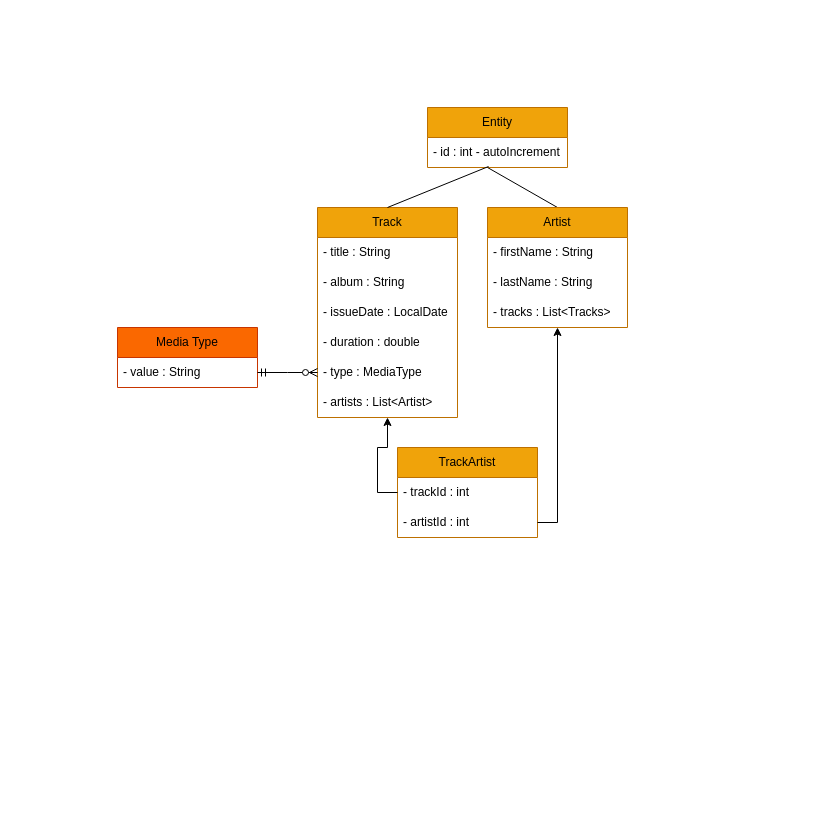
Before: Diagram.dio in H033S/spring-boot-expeditors-training-capstone-1, a draw.io diagram. Source tidied: cells renumbered, new cells numbered last; positions are measured from the earlier drawing's top-left corner, leaving out a move shared by most shapes. Both pictures are drawn from the tidied source at 100%, with x=0, y=0 at pixel (117, 107).
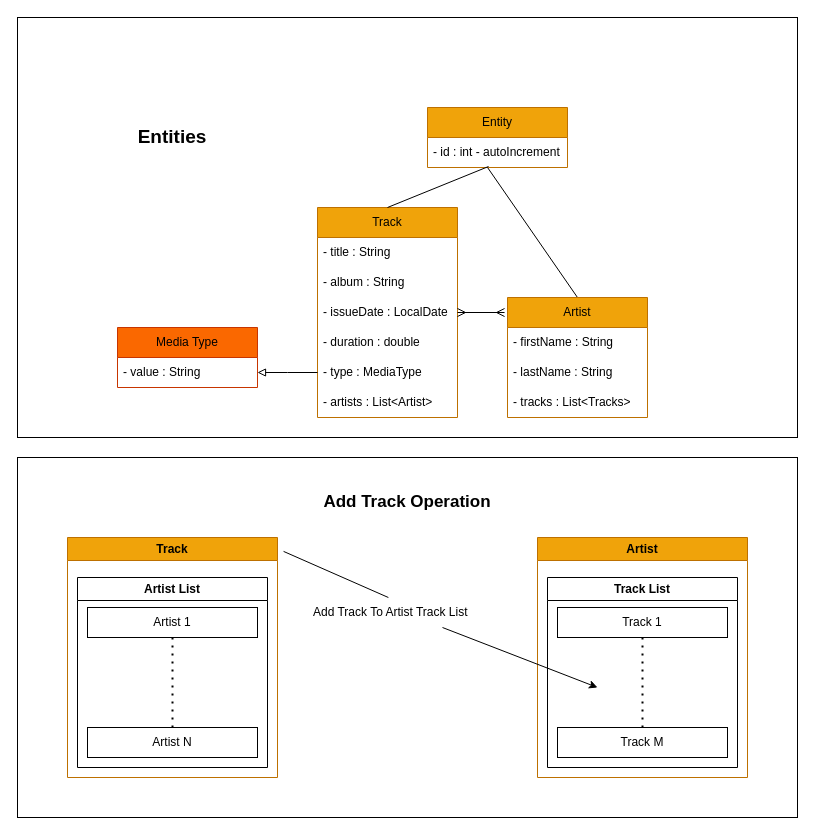
Above is the later version.

Unchanged cells that the change refers to:
```xml
<mxCell id="2" value="Track" style="swimlane;fontStyle=0;horizontal=1;startSize=30;whiteSpace=wrap;html=1;fillColor=#f0a30a;fontColor=#000000;strokeColor=#BD7000;" parent="1" vertex="1">
  <mxGeometry x="200" y="100" width="140" height="210" as="geometry" />
</mxCell>
<mxCell id="7" value="- type : MediaType" style="text;strokeColor=none;fillColor=none;align=left;verticalAlign=middle;spacingLeft=4;spacingRight=4;overflow=hidden;points=[[0,0.5],[1,0.5]];portConstraint=eastwest;whiteSpace=wrap;html=1;" parent="2" vertex="1">
  <mxGeometry y="150" width="140" height="30" as="geometry" />
</mxCell>
<mxCell id="12" value="- value : String" style="text;strokeColor=none;fillColor=none;align=left;verticalAlign=middle;spacingLeft=4;spacingRight=4;overflow=hidden;points=[[0,0.5],[1,0.5]];portConstraint=eastwest;whiteSpace=wrap;html=1;" parent="11" vertex="1">
  <mxGeometry y="30" width="140" height="30" as="geometry" />
</mxCell>
```

What changed in the source:
```diff
@@
+    <mxCell id="25" style="rounded=0;whiteSpace=wrap;html=1;fontSize=17;" parent="1" vertex="1">
+      <mxGeometry x="-100" y="-90" width="780" height="420" as="geometry" />
+    </mxCell>
+    <mxCell id="26" style="rounded=0;whiteSpace=wrap;html=1;fontSize=17;" parent="1" vertex="1">
+      <mxGeometry x="-100" y="350" width="780" height="360" as="geometry" />
+    </mxCell>
@@
-    <mxCell id="13" style="edgeStyle=entityRelationEdgeStyle;fontSize=12;html=1;endArrow=ERzeroToMany;startArrow=ERmandOne;rounded=0;exitX=1;exitY=0.5;exitDx=0;exitDy=0;entryX=0;entryY=0.5;entryDx=0;entryDy=0;" parent="1" edge="1" source="12" target="7">
+    <mxCell id="13" style="edgeStyle=entityRelationEdgeStyle;fontSize=12;html=1;endArrow=none;startArrow=block;rounded=0;exitX=1;exitY=0.5;exitDx=0;exitDy=0;entryX=0;entryY=0.5;entryDx=0;entryDy=0;endFill=0;startFill=0;" parent="1" edge="1" source="12" target="7">
       <mxGeometry relative="1" as="geometry" />
     </mxCell>
@@
-    <mxCell id="16" value="TrackArtist" style="swimlane;fontStyle=0;horizontal=1;startSize=30;whiteSpace=wrap;html=1;fillColor=#f0a30a;fontColor=#000000;strokeColor=#BD7000;" parent="1" vertex="1">
-      <mxGeometry x="280" y="340" width="140" height="90" as="geometry" />
-    </mxCell>
-    <mxCell id="17" value="- trackId : int" style="text;strokeColor=none;fillColor=none;align=left;verticalAlign=middle;spacingLeft=4;spacingRight=4;overflow=hidden;points=[[0,0.5],[1,0.5]];portConstraint=eastwest;whiteSpace=wrap;html=1;" parent="16" vertex="1">
-      <mxGeometry y="30" width="140" height="30" as="geometry" />
-    </mxCell>
-    <mxCell id="18" value="- artistId : int" style="text;strokeColor=none;fillColor=none;align=left;verticalAlign=middle;spacingLeft=4;spacingRight=4;overflow=hidden;points=[[0,0.5],[1,0.5]];portConstraint=eastwest;whiteSpace=wrap;html=1;" parent="16" vertex="1">
-      <mxGeometry y="60" width="140" height="30" as="geometry" />
-    </mxCell>
     <mxCell id="19" value="Artist" style="swimlane;fontStyle=0;horizontal=1;startSize=30;whiteSpace=wrap;html=1;fillColor=#f0a30a;fontColor=#000000;strokeColor=#BD7000;" parent="1" vertex="1">
-      <mxGeometry x="370" y="100" width="140" height="120" as="geometry" />
+      <mxGeometry x="390" y="190" width="140" height="120" as="geometry" />
     </mxCell>
@@
-    <mxCell id="23" style="edgeStyle=orthogonalEdgeStyle;rounded=0;jettySize=auto;html=1;exitX=1;exitY=0.5;exitDx=0;exitDy=0;" parent="1" edge="1" source="18" target="19">
-      <mxGeometry relative="1" as="geometry" />
-    </mxCell>
-    <mxCell id="24" style="edgeStyle=orthogonalEdgeStyle;rounded=0;jettySize=auto;html=1;exitX=0;exitY=0.5;exitDx=0;exitDy=0;" parent="1" edge="1" source="17" target="2">
-      <mxGeometry relative="1" as="geometry" />
-    </mxCell>
+    <mxCell id="27" style="edgeStyle=orthogonalEdgeStyle;rounded=0;jettySize=auto;html=1;entryX=-0.021;entryY=0.125;entryDx=0;entryDy=0;entryPerimeter=0;endArrow=ERmany;endFill=0;startArrow=ERmany;startFill=0;" parent="1" edge="1" source="2" target="19">
+      <mxGeometry relative="1" as="geometry" />
+    </mxCell>
+    <mxCell id="28" value="Track" style="swimlane;whiteSpace=wrap;html=1;fillColor=#f0a30a;fontColor=#000000;strokeColor=#BD7000;" parent="1" vertex="1">
+      <mxGeometry x="-50" y="430" width="210" height="240" as="geometry" />
+    </mxCell>
+    <mxCell id="29" value="Artist List" style="swimlane;whiteSpace=wrap;html=1;" parent="28" vertex="1">
+      <mxGeometry x="10" y="40" width="190" height="190" as="geometry" />
+    </mxCell>
+    <mxCell id="30" value="Artist 1" style="rounded=0;whiteSpace=wrap;html=1;" parent="29" vertex="1">
+      <mxGeometry x="10" y="30" width="170" height="30" as="geometry" />
+    </mxCell>
+    <mxCell id="31" value="Artist N" style="rounded=0;whiteSpace=wrap;html=1;" parent="29" vertex="1">
+      <mxGeometry x="10" y="150" width="170" height="30" as="geometry" />
+    </mxCell>
+    <mxCell id="32" style="endArrow=none;dashed=1;html=1;dashPattern=1 3;strokeWidth=2;rounded=0;entryX=0.5;entryY=1;entryDx=0;entryDy=0;exitX=0.5;exitY=0;exitDx=0;exitDy=0;" parent="29" edge="1" source="31" target="30">
+      <mxGeometry relative="1" as="geometry" />
+    </mxCell>
+    <mxCell id="33" value="Artist" style="swimlane;whiteSpace=wrap;html=1;fillColor=#f0a30a;fontColor=#000000;strokeColor=#BD7000;" parent="1" vertex="1">
+      <mxGeometry x="420" y="430" width="210" height="240" as="geometry" />
+    </mxCell>
+    <mxCell id="34" value="Track List" style="swimlane;whiteSpace=wrap;html=1;" parent="33" vertex="1">
+      <mxGeometry x="10" y="40" width="190" height="190" as="geometry" />
+    </mxCell>
+    <mxCell id="35" value="Track 1" style="rounded=0;whiteSpace=wrap;html=1;" parent="34" vertex="1">
+      <mxGeometry x="10" y="30" width="170" height="30" as="geometry" />
+    </mxCell>
+    <mxCell id="36" value="Track M" style="rounded=0;whiteSpace=wrap;html=1;" parent="34" vertex="1">
+      <mxGeometry x="10" y="150" width="170" height="30" as="geometry" />
+    </mxCell>
+    <mxCell id="37" style="endArrow=none;dashed=1;html=1;dashPattern=1 3;strokeWidth=2;rounded=0;entryX=0.5;entryY=1;entryDx=0;entryDy=0;exitX=0.5;exitY=0;exitDx=0;exitDy=0;" parent="34" edge="1" source="36" target="35">
+      <mxGeometry relative="1" as="geometry" />
+    </mxCell>
+    <mxCell id="38" style="endArrow=classic;html=1;rounded=0;startArrow=none;exitX=0.587;exitY=1;exitDx=0;exitDy=0;exitPerimeter=0;" parent="1" edge="1" source="39">
+      <mxGeometry relative="1" as="geometry">
+        <mxPoint x="480" y="580" as="targetPoint" />
+      </mxGeometry>
+    </mxCell>
+    <mxCell id="39" value="Add Track To Artist Track List" style="text;strokeColor=none;fillColor=none;align=left;verticalAlign=middle;spacingLeft=4;spacingRight=4;overflow=hidden;points=[[0,0.5],[1,0.5]];portConstraint=eastwest;whiteSpace=wrap;html=1;" parent="1" vertex="1">
+      <mxGeometry x="190" y="490" width="230" height="30" as="geometry" />
+    </mxCell>
+    <mxCell id="40" style="endArrow=none;html=1;rounded=0;exitX=1.029;exitY=0.058;exitDx=0;exitDy=0;exitPerimeter=0;" parent="1" edge="1" source="28" target="39">
+      <mxGeometry relative="1" as="geometry" />
+    </mxCell>
+    <mxCell id="41" value="Add Track Operation" style="text;strokeColor=none;fillColor=none;align=center;verticalAlign=middle;spacingLeft=4;spacingRight=4;overflow=hidden;whiteSpace=wrap;html=1;fontStyle=1;fontSize=17;" parent="1" vertex="1">
+      <mxGeometry x="175" y="380" width="230" height="30" as="geometry" />
+    </mxCell>
+    <mxCell id="42" value="&lt;b style=&quot;font-size: 19px;&quot;&gt;&lt;font style=&quot;font-size: 19px;&quot;&gt;Entities&lt;/font&gt;&lt;/b&gt;" style="text;html=1;strokeColor=none;fillColor=none;align=center;verticalAlign=middle;whiteSpace=wrap;rounded=0;fontSize=19;" parent="1" vertex="1">
+      <mxGeometry x="25" y="15" width="60" height="30" as="geometry" />
+    </mxCell>
```
